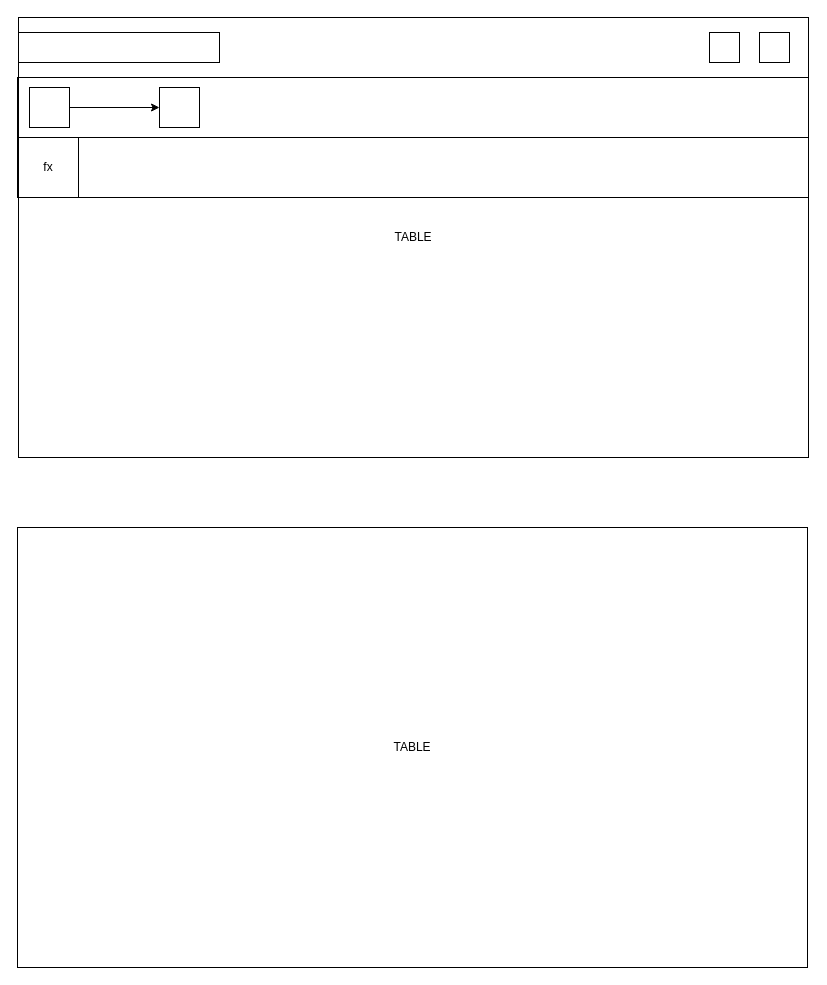
The draw.io diagram Untitled Diagram.drawio in timofeyPython/Work, before the edit. Source tidied: cells renumbered, new cells numbered last; positions are measured from the earlier drawing's top-left corner, leaving out a move shared by most shapes. Both pictures are drawn from the tidied source at 100%, with x=0, y=0 at pixel (17, 17).
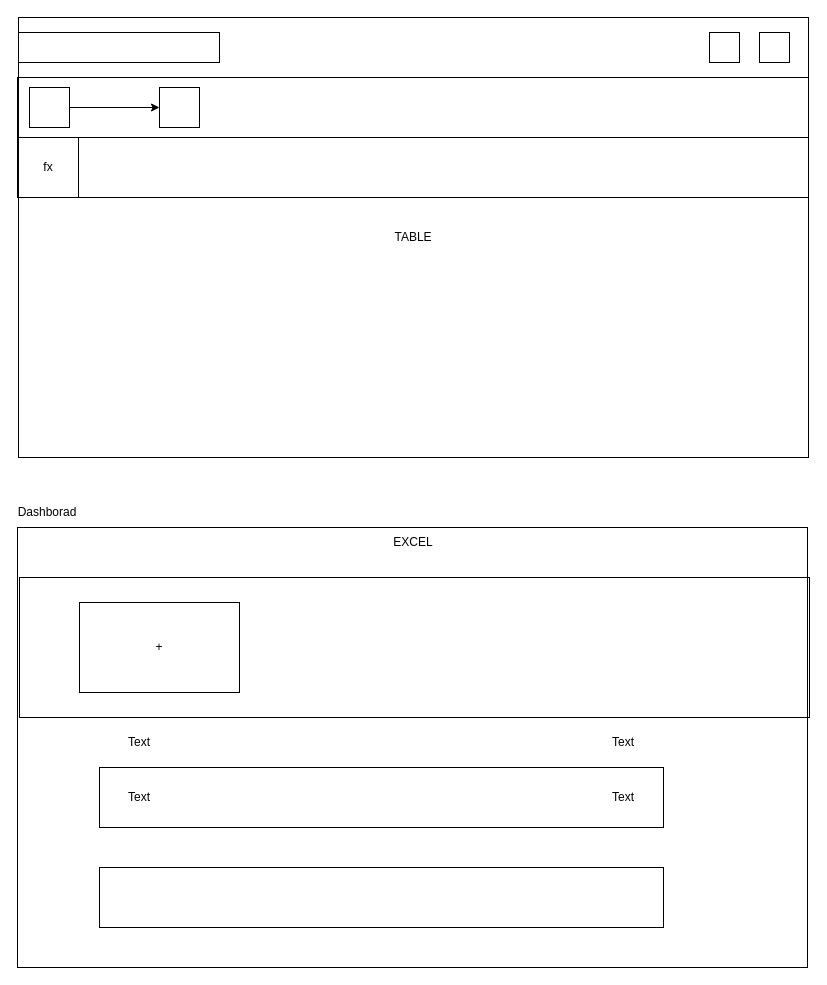
The same page after the edit.

The edit, as a diff of the source:
```diff
@@
-    <mxCell id="12" value="TABLE" style="rounded=0;whiteSpace=wrap;html=1;fillColor=none;" parent="1" vertex="1">
+    <mxCell id="12" style="rounded=0;whiteSpace=wrap;html=1;fillColor=none;" parent="1" vertex="1">
       <mxGeometry y="510" width="790" height="440" as="geometry" />
     </mxCell>
+    <mxCell id="13" value="Dashborad" style="text;html=1;strokeColor=none;fillColor=none;align=center;verticalAlign=middle;whiteSpace=wrap;rounded=0;" parent="1" vertex="1">
+      <mxGeometry y="480" width="60" height="30" as="geometry" />
+    </mxCell>
+    <mxCell id="14" value="EXCEL" style="text;html=1;strokeColor=none;fillColor=none;align=center;verticalAlign=middle;whiteSpace=wrap;rounded=0;" parent="1" vertex="1">
+      <mxGeometry y="510" width="792" height="30" as="geometry" />
+    </mxCell>
+    <mxCell id="15" style="rounded=0;whiteSpace=wrap;html=1;fillColor=none;" parent="1" vertex="1">
+      <mxGeometry x="2" y="560" width="790" height="140" as="geometry" />
+    </mxCell>
+    <mxCell id="16" value="+" style="rounded=0;whiteSpace=wrap;html=1;fillColor=none;" parent="1" vertex="1">
+      <mxGeometry x="62" y="585" width="160" height="90" as="geometry" />
+    </mxCell>
+    <mxCell id="17" style="rounded=0;whiteSpace=wrap;html=1;fillColor=none;" parent="1" vertex="1">
+      <mxGeometry x="82" y="750" width="564" height="60" as="geometry" />
+    </mxCell>
+    <mxCell id="18" value="Text" style="text;html=1;strokeColor=none;fillColor=none;align=center;verticalAlign=middle;whiteSpace=wrap;rounded=0;" parent="1" vertex="1">
+      <mxGeometry x="82" y="750" width="80" height="60" as="geometry" />
+    </mxCell>
+    <mxCell id="19" value="Text" style="text;html=1;strokeColor=none;fillColor=none;align=center;verticalAlign=middle;whiteSpace=wrap;rounded=0;" parent="1" vertex="1">
+      <mxGeometry x="566" y="750" width="80" height="60" as="geometry" />
+    </mxCell>
+    <mxCell id="20" value="Text" style="text;html=1;strokeColor=none;fillColor=none;align=center;verticalAlign=middle;whiteSpace=wrap;rounded=0;" parent="1" vertex="1">
+      <mxGeometry x="82" y="700" width="80" height="50" as="geometry" />
+    </mxCell>
+    <mxCell id="21" value="Text" style="text;html=1;strokeColor=none;fillColor=none;align=center;verticalAlign=middle;whiteSpace=wrap;rounded=0;" parent="1" vertex="1">
+      <mxGeometry x="566" y="700" width="80" height="50" as="geometry" />
+    </mxCell>
+    <mxCell id="22" style="rounded=0;whiteSpace=wrap;html=1;fillColor=none;" parent="1" vertex="1">
+      <mxGeometry x="82" y="850" width="564" height="60" as="geometry" />
+    </mxCell>
```
